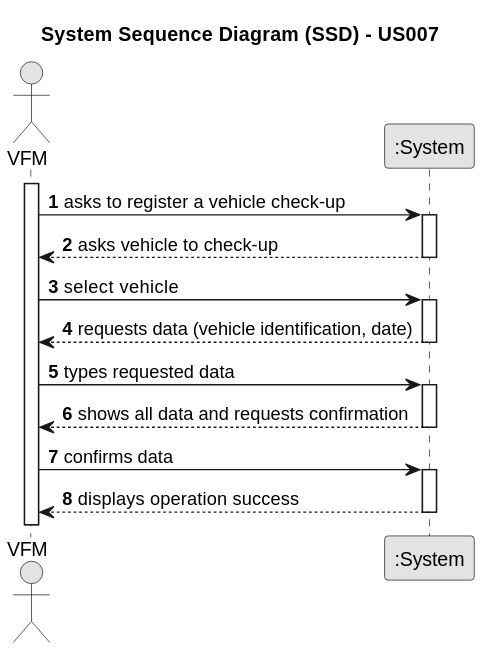
This is docs/sprintB/us007/01.requirements-engineering/svg/us007-system-sequence-diagram-alternative-one.svg from ricardomm7/leaflink, a PlantUML export, as it was before one commit.
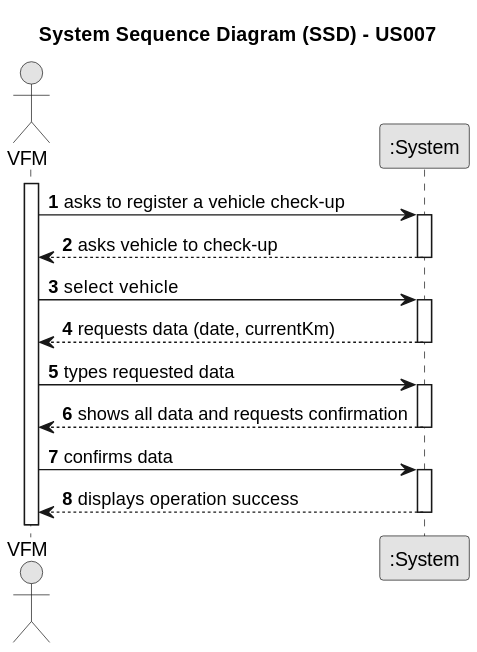
After the commit.

The edit, as a diff of the source:
```diff
@@ -20,7 +20,7 @@
     VFM -> System : select  vehicle
     activate System
 
-    System --> VFM : requests data (vehicle identification, date)
+    System --> VFM : requests data (date, currentKm)
     deactivate System
 
     VFM -> System : types requested data
```
